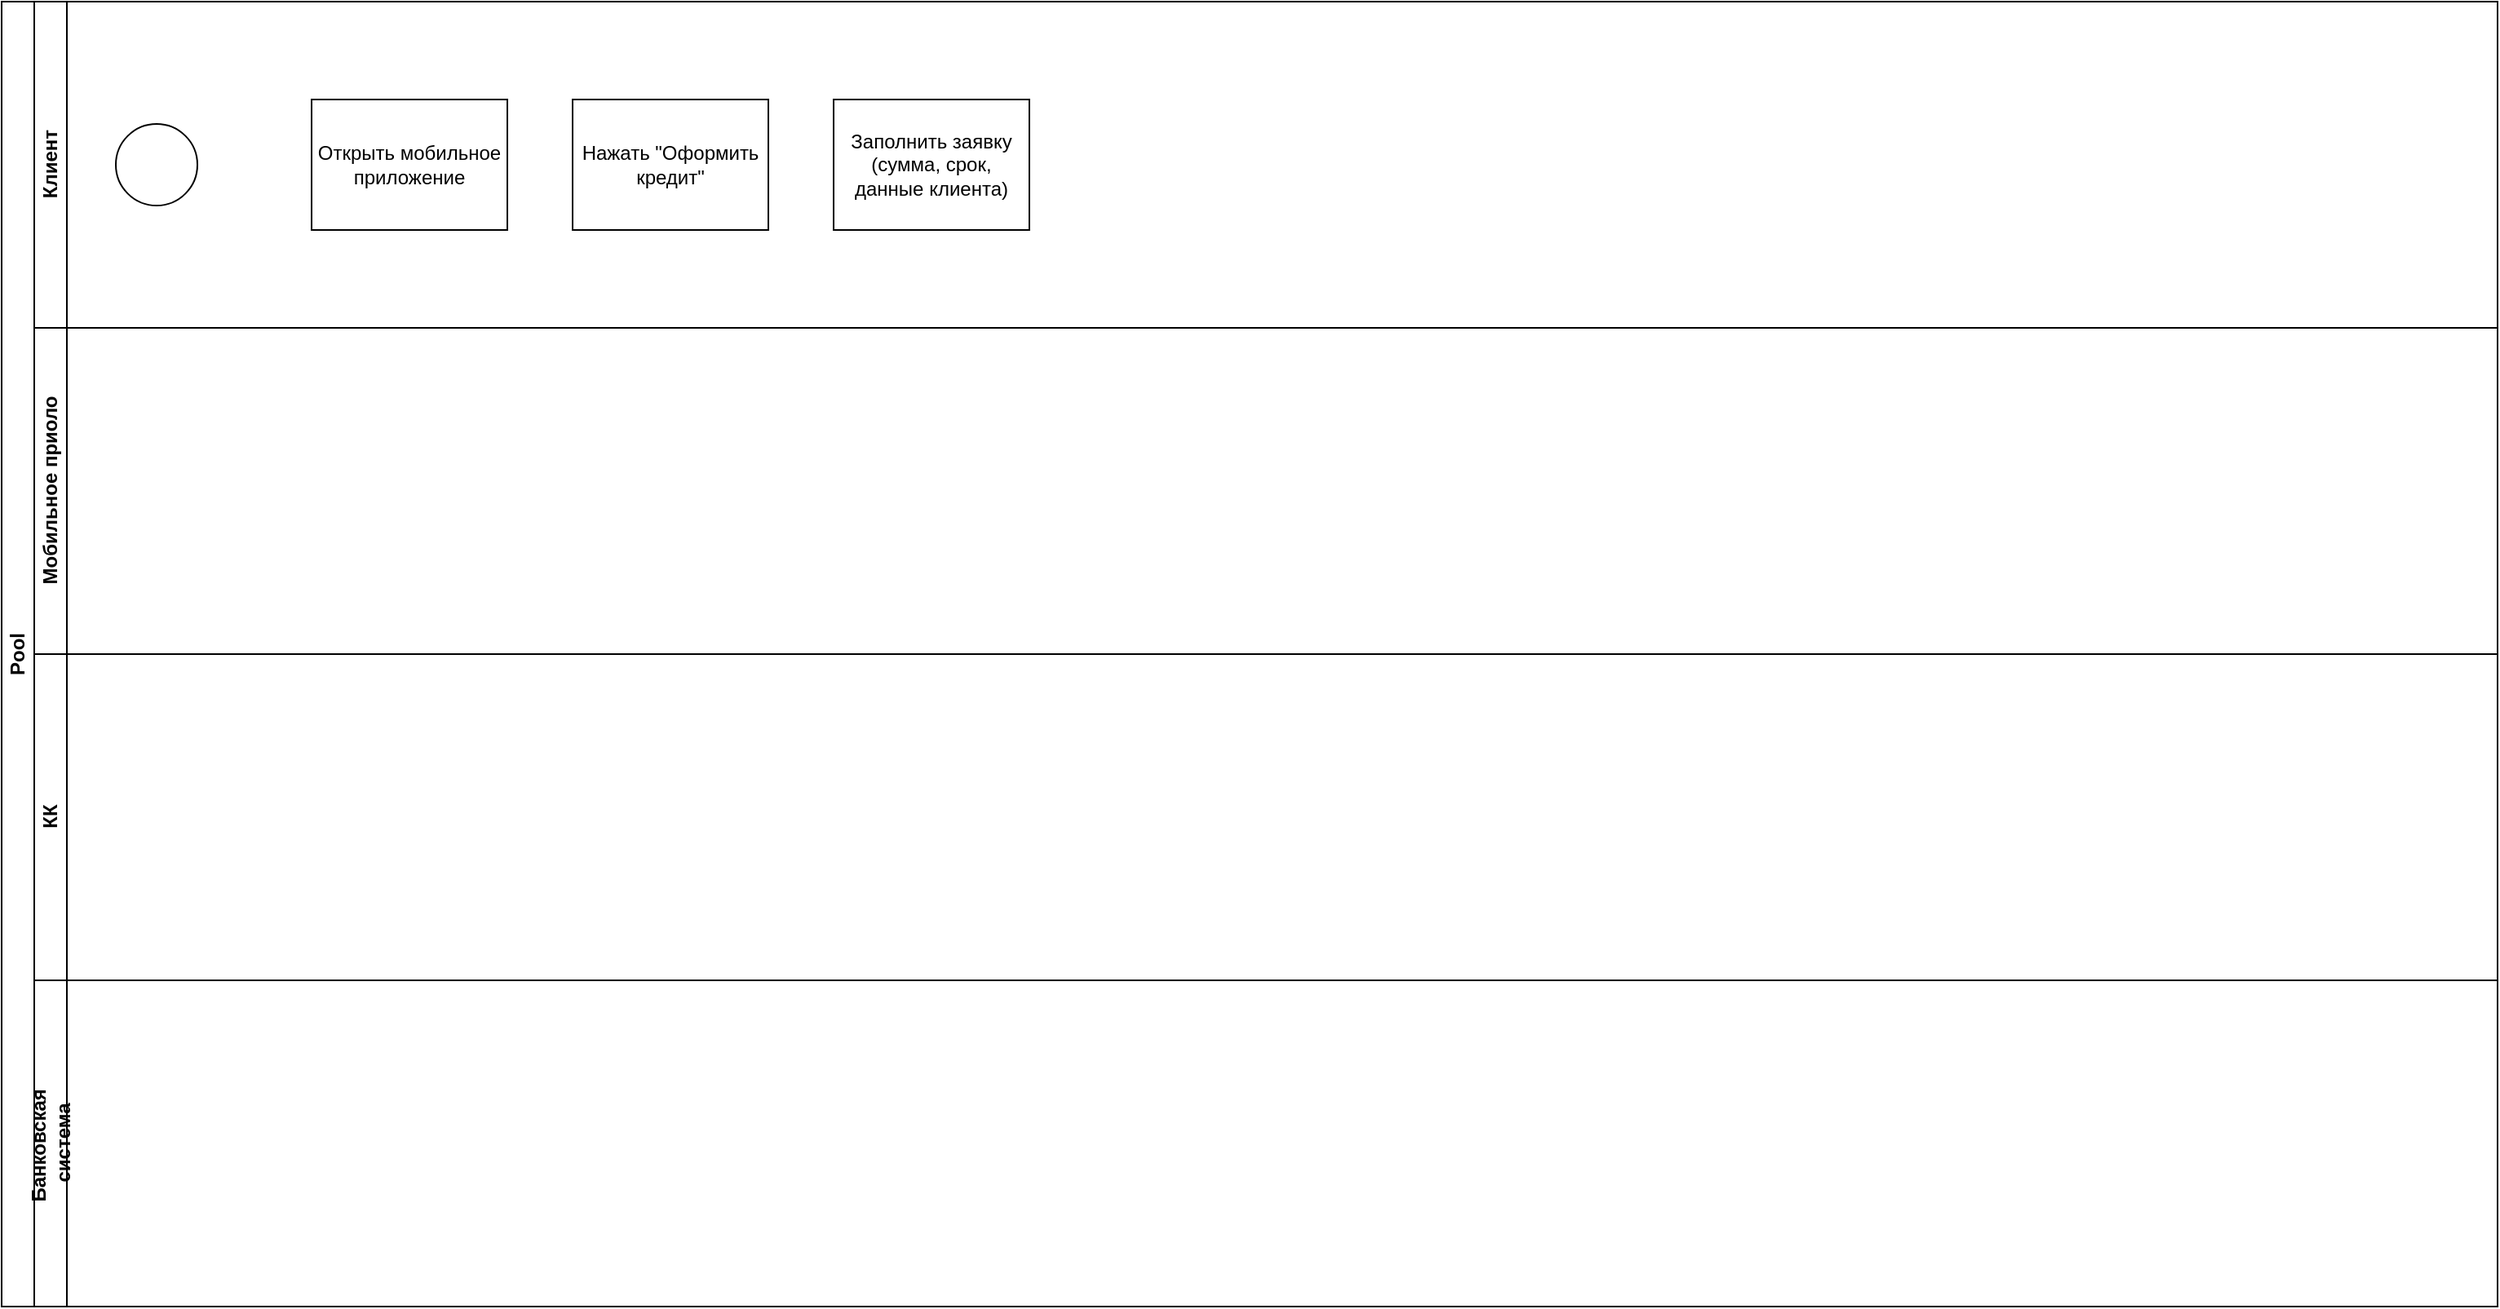
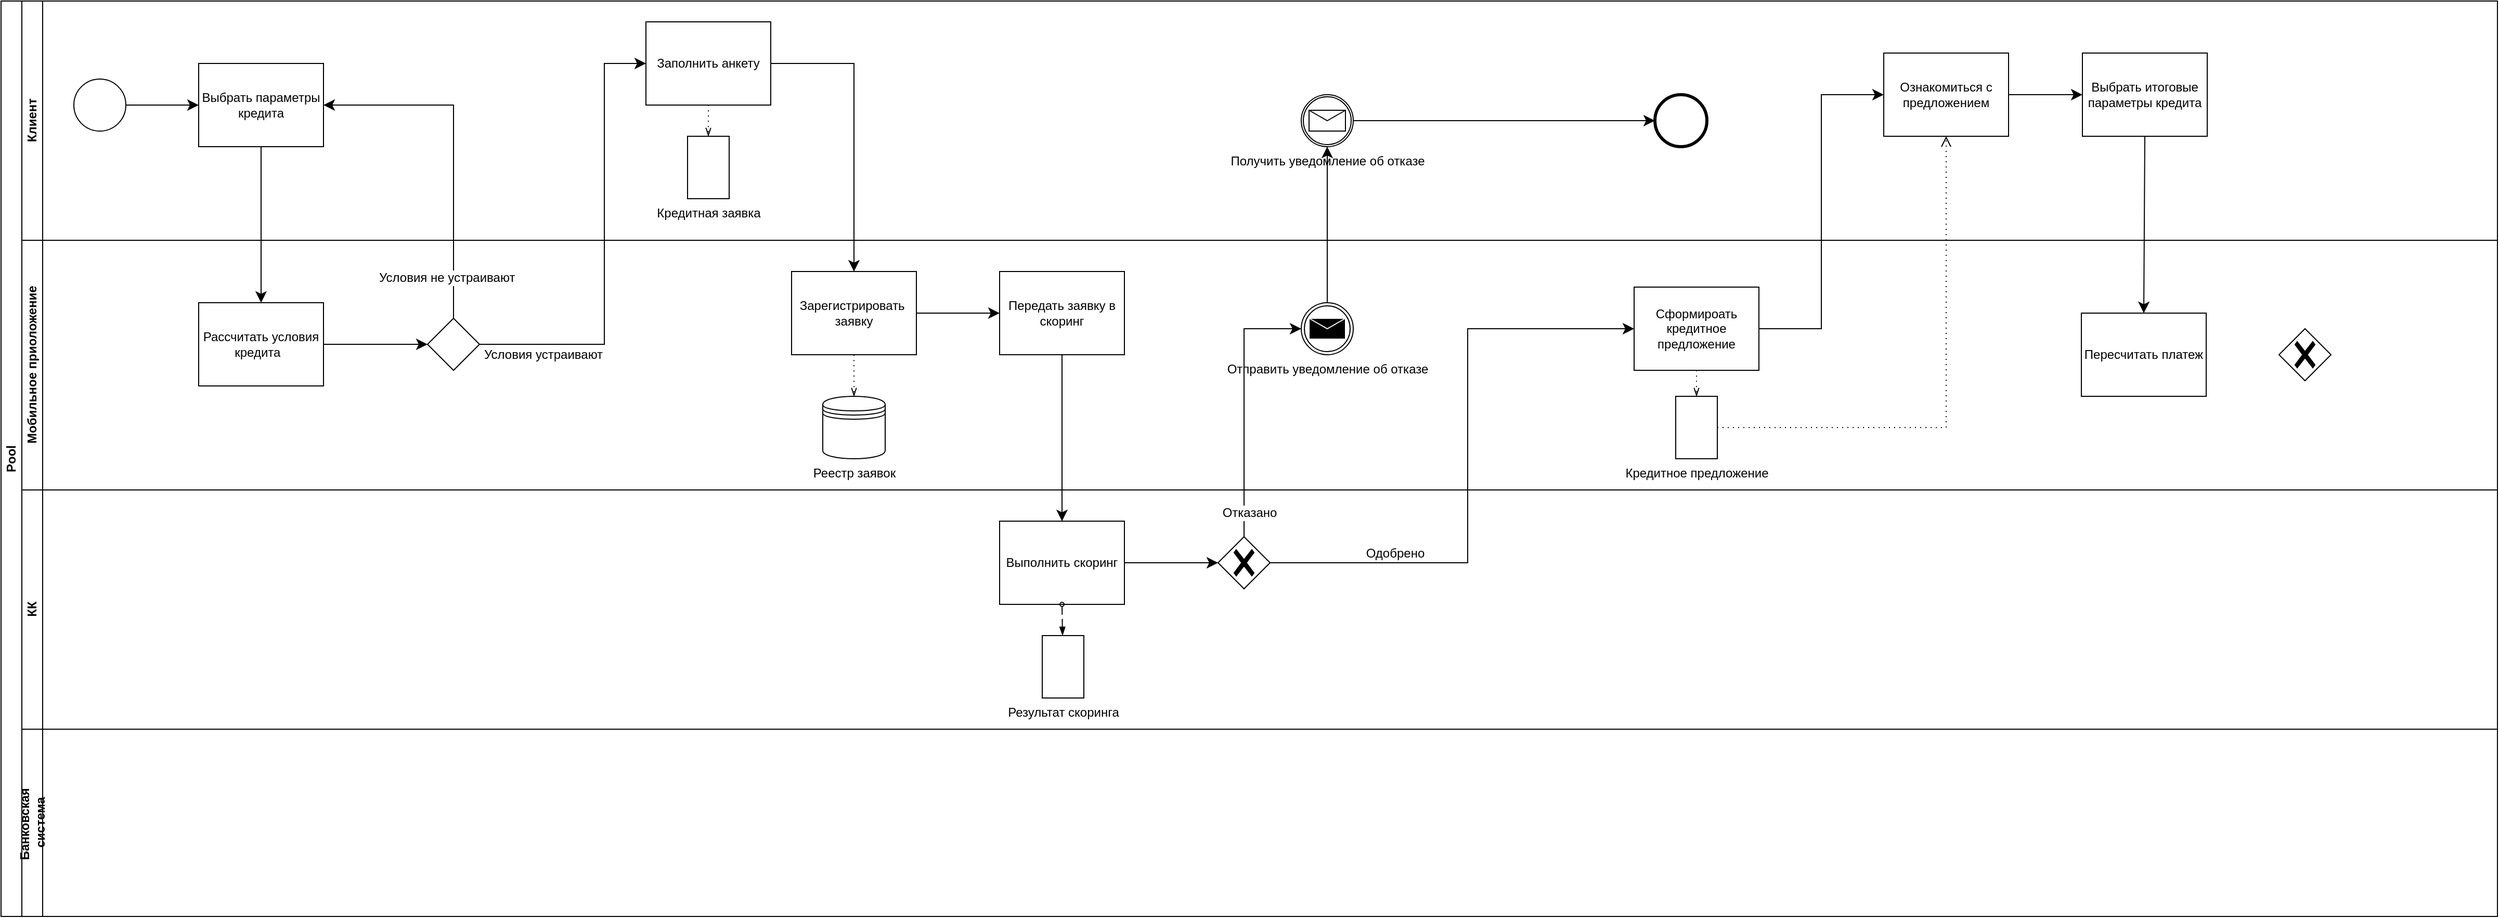
<mxfile host="app.diagrams.net">
  <diagram name="Страница-1" id="Z5JgyArm7iG7VXAXB85R">
-     <mxGraphModel dx="674" dy="1100" grid="1" gridSize="10" guides="1" tooltips="1" connect="1" arrows="1" fold="1" page="1" pageScale="1" pageWidth="827" pageHeight="1169" math="0" shadow="0">
+     <mxGraphModel dx="370" dy="637" grid="1" gridSize="10" guides="1" tooltips="1" connect="1" arrows="1" fold="1" page="1" pageScale="1" pageWidth="827" pageHeight="1169" math="0" shadow="0">
      <root>
        <mxCell id="0" />
        <mxCell id="1" parent="0" />
        <mxCell id="txwyEm_YX-5R6pgvzGQT-2" parent="1" style="swimlane;html=1;childLayout=stackLayout;resizeParent=1;resizeParentMax=0;horizontal=0;startSize=20;horizontalStack=0;whiteSpace=wrap;" value="Pool" vertex="1">
-           <mxGeometry height="800" width="1530" x="240" y="400" as="geometry" />
+           <mxGeometry height="880" width="2400" x="360" y="420" as="geometry" />
        </mxCell>
        <mxCell id="txwyEm_YX-5R6pgvzGQT-3" parent="txwyEm_YX-5R6pgvzGQT-2" style="swimlane;html=1;startSize=20;horizontal=0;" value="Клиент" vertex="1">
-           <mxGeometry height="200" width="1510" x="20" as="geometry" />
+           <mxGeometry height="230" width="2380" x="20" as="geometry" />
        </mxCell>
        <mxCell id="txwyEm_YX-5R6pgvzGQT-12" parent="txwyEm_YX-5R6pgvzGQT-3" style="points=[[0.145,0.145,0],[0.5,0,0],[0.855,0.145,0],[1,0.5,0],[0.855,0.855,0],[0.5,1,0],[0.145,0.855,0],[0,0.5,0]];shape=mxgraph.bpmn.event;html=1;verticalLabelPosition=bottom;labelBackgroundColor=#ffffff;verticalAlign=top;align=center;perimeter=ellipsePerimeter;outlineConnect=0;aspect=fixed;outline=standard;symbol=general;" value="" vertex="1">
          <mxGeometry height="50" width="50" x="50" y="75" as="geometry" />
        </mxCell>
-         <mxCell id="txwyEm_YX-5R6pgvzGQT-13" parent="txwyEm_YX-5R6pgvzGQT-3" style="points=[[0.25,0,0],[0.5,0,0],[0.75,0,0],[1,0.25,0],[1,0.5,0],[1,0.75,0],[0.75,1,0],[0.5,1,0],[0.25,1,0],[0,0.75,0],[0,0.5,0],[0,0.25,0]];shape=mxgraph.bpmn.task2;whiteSpace=wrap;rectStyle=rounded;size=10;html=1;container=1;expand=0;collapsible=0;taskMarker=abstract;" value="Открыть мобильное приложение" vertex="1">
+         <mxCell id="vKte5DxAlEBw4ZZ7X4Z6-1" parent="txwyEm_YX-5R6pgvzGQT-3" style="points=[[0.25,0,0],[0.5,0,0],[0.75,0,0],[1,0.25,0],[1,0.5,0],[1,0.75,0],[0.75,1,0],[0.5,1,0],[0.25,1,0],[0,0.75,0],[0,0.5,0],[0,0.25,0]];shape=mxgraph.bpmn.task2;whiteSpace=wrap;rectStyle=rounded;size=10;html=1;container=1;expand=0;collapsible=0;taskMarker=user;" value="Выбрать параметры кредита" vertex="1">
          <mxGeometry height="80" width="120" x="170" y="60" as="geometry" />
        </mxCell>
-         <mxCell id="txwyEm_YX-5R6pgvzGQT-14" parent="txwyEm_YX-5R6pgvzGQT-3" style="points=[[0.25,0,0],[0.5,0,0],[0.75,0,0],[1,0.25,0],[1,0.5,0],[1,0.75,0],[0.75,1,0],[0.5,1,0],[0.25,1,0],[0,0.75,0],[0,0.5,0],[0,0.25,0]];shape=mxgraph.bpmn.task2;whiteSpace=wrap;rectStyle=rounded;size=10;html=1;container=1;expand=0;collapsible=0;taskMarker=abstract;" value="Нажать &quot;Оформить кредит&quot;" vertex="1">
-           <mxGeometry height="80" width="120" x="330" y="60" as="geometry" />
-         </mxCell>
-         <mxCell id="txwyEm_YX-5R6pgvzGQT-15" parent="txwyEm_YX-5R6pgvzGQT-3" style="points=[[0.25,0,0],[0.5,0,0],[0.75,0,0],[1,0.25,0],[1,0.5,0],[1,0.75,0],[0.75,1,0],[0.5,1,0],[0.25,1,0],[0,0.75,0],[0,0.5,0],[0,0.25,0]];shape=mxgraph.bpmn.task2;whiteSpace=wrap;rectStyle=rounded;size=10;html=1;container=1;expand=0;collapsible=0;taskMarker=abstract;" value="Заполнить заявку&lt;br&gt;(сумма, срок, данные клиента)" vertex="1">
-           <mxGeometry height="80" width="120" x="490" y="60" as="geometry" />
-         </mxCell>
-         <mxCell id="txwyEm_YX-5R6pgvzGQT-6" parent="txwyEm_YX-5R6pgvzGQT-2" style="swimlane;html=1;startSize=20;horizontal=0;" value="Мобильное приоло" vertex="1">
-           <mxGeometry height="200" width="1510" x="20" y="200" as="geometry" />
+         <mxCell id="vKte5DxAlEBw4ZZ7X4Z6-3" edge="1" parent="txwyEm_YX-5R6pgvzGQT-3" source="txwyEm_YX-5R6pgvzGQT-12" style="edgeStyle=none;curved=1;rounded=0;orthogonalLoop=1;jettySize=auto;html=1;exitX=1;exitY=0.5;exitDx=0;exitDy=0;exitPerimeter=0;entryX=0;entryY=0.5;entryDx=0;entryDy=0;entryPerimeter=0;fontSize=12;startSize=8;endSize=8;" target="vKte5DxAlEBw4ZZ7X4Z6-1">
+           <mxGeometry relative="1" as="geometry" />
+         </mxCell>
+         <mxCell id="vKte5DxAlEBw4ZZ7X4Z6-14" edge="1" parent="txwyEm_YX-5R6pgvzGQT-3" source="vKte5DxAlEBw4ZZ7X4Z6-8" style="edgeStyle=none;curved=1;rounded=0;orthogonalLoop=1;jettySize=auto;html=1;fontSize=12;startSize=8;endSize=8;">
+           <mxGeometry relative="1" as="geometry">
+             <mxPoint x="700" y="100" as="targetPoint" />
+           </mxGeometry>
+         </mxCell>
+         <mxCell id="vKte5DxAlEBw4ZZ7X4Z6-8" parent="txwyEm_YX-5R6pgvzGQT-3" style="points=[[0.25,0,0],[0.5,0,0],[0.75,0,0],[1,0.25,0],[1,0.5,0],[1,0.75,0],[0.75,1,0],[0.5,1,0],[0.25,1,0],[0,0.75,0],[0,0.5,0],[0,0.25,0]];shape=mxgraph.bpmn.task2;whiteSpace=wrap;rectStyle=rounded;size=10;html=1;container=1;expand=0;collapsible=0;taskMarker=user;" value="Заполнить анкету" vertex="1">
+           <mxGeometry height="80" width="120" x="600" y="20" as="geometry" />
+         </mxCell>
+         <mxCell id="vKte5DxAlEBw4ZZ7X4Z6-17" parent="txwyEm_YX-5R6pgvzGQT-3" style="shape=mxgraph.bpmn.data2;labelPosition=center;verticalLabelPosition=bottom;align=center;verticalAlign=top;size=15;html=1;" value="Кредитная заявка" vertex="1">
+           <mxGeometry height="60" width="40" x="640" y="130" as="geometry" />
+         </mxCell>
+         <mxCell id="vKte5DxAlEBw4ZZ7X4Z6-18" edge="1" parent="txwyEm_YX-5R6pgvzGQT-3" source="vKte5DxAlEBw4ZZ7X4Z6-8" style="edgeStyle=elbowEdgeStyle;fontSize=12;html=1;endFill=0;startFill=0;endSize=6;startSize=6;dashed=1;dashPattern=1 4;endArrow=openThin;startArrow=none;rounded=0;curved=1;exitX=0.5;exitY=1;exitDx=0;exitDy=0;exitPerimeter=0;" target="vKte5DxAlEBw4ZZ7X4Z6-17" value="">
+           <mxGeometry relative="1" width="160" as="geometry">
+             <mxPoint x="650" y="90" as="sourcePoint" />
+             <mxPoint x="810" y="90" as="targetPoint" />
+           </mxGeometry>
+         </mxCell>
+         <mxCell id="vKte5DxAlEBw4ZZ7X4Z6-39" parent="txwyEm_YX-5R6pgvzGQT-3" style="points=[[0.145,0.145,0],[0.5,0,0],[0.855,0.145,0],[1,0.5,0],[0.855,0.855,0],[0.5,1,0],[0.145,0.855,0],[0,0.5,0]];shape=mxgraph.bpmn.event;html=1;verticalLabelPosition=bottom;labelBackgroundColor=#ffffff;verticalAlign=top;align=center;perimeter=ellipsePerimeter;outlineConnect=0;aspect=fixed;outline=end;symbol=terminate2;" value="" vertex="1">
+           <mxGeometry height="50" width="50" x="1570" y="90" as="geometry" />
+         </mxCell>
+         <mxCell id="vKte5DxAlEBw4ZZ7X4Z6-56" edge="1" parent="txwyEm_YX-5R6pgvzGQT-3" source="vKte5DxAlEBw4ZZ7X4Z6-46" style="edgeStyle=none;curved=1;rounded=0;orthogonalLoop=1;jettySize=auto;html=1;exitX=1;exitY=0.5;exitDx=0;exitDy=0;exitPerimeter=0;fontSize=12;startSize=8;endSize=8;" target="vKte5DxAlEBw4ZZ7X4Z6-55">
+           <mxGeometry relative="1" as="geometry" />
+         </mxCell>
+         <mxCell id="vKte5DxAlEBw4ZZ7X4Z6-46" parent="txwyEm_YX-5R6pgvzGQT-3" style="points=[[0.25,0,0],[0.5,0,0],[0.75,0,0],[1,0.25,0],[1,0.5,0],[1,0.75,0],[0.75,1,0],[0.5,1,0],[0.25,1,0],[0,0.75,0],[0,0.5,0],[0,0.25,0]];shape=mxgraph.bpmn.task2;whiteSpace=wrap;rectStyle=rounded;size=10;html=1;container=1;expand=0;collapsible=0;taskMarker=user;" value="Ознакомиться с предложением" vertex="1">
+           <mxGeometry height="80" width="120" x="1790" y="50" as="geometry" />
+         </mxCell>
+         <mxCell id="vKte5DxAlEBw4ZZ7X4Z6-55" parent="txwyEm_YX-5R6pgvzGQT-3" style="points=[[0.25,0,0],[0.5,0,0],[0.75,0,0],[1,0.25,0],[1,0.5,0],[1,0.75,0],[0.75,1,0],[0.5,1,0],[0.25,1,0],[0,0.75,0],[0,0.5,0],[0,0.25,0]];shape=mxgraph.bpmn.task2;whiteSpace=wrap;rectStyle=rounded;size=10;html=1;container=1;expand=0;collapsible=0;taskMarker=user;" value="Выбрать итоговые параметры кредита" vertex="1">
+           <mxGeometry height="80" width="120" x="1981" y="50" as="geometry" />
+         </mxCell>
+         <mxCell id="txwyEm_YX-5R6pgvzGQT-6" parent="txwyEm_YX-5R6pgvzGQT-2" style="swimlane;html=1;startSize=20;horizontal=0;" value="Мобильное приоложение" vertex="1">
+           <mxGeometry height="240" width="2380" x="20" y="230" as="geometry" />
+         </mxCell>
+         <mxCell id="vKte5DxAlEBw4ZZ7X4Z6-6" edge="1" parent="txwyEm_YX-5R6pgvzGQT-6" source="vKte5DxAlEBw4ZZ7X4Z6-2" style="edgeStyle=none;curved=1;rounded=0;orthogonalLoop=1;jettySize=auto;html=1;fontSize=12;startSize=8;endSize=8;" target="vKte5DxAlEBw4ZZ7X4Z6-5">
+           <mxGeometry relative="1" as="geometry" />
+         </mxCell>
+         <mxCell id="vKte5DxAlEBw4ZZ7X4Z6-2" parent="txwyEm_YX-5R6pgvzGQT-6" style="points=[[0.25,0,0],[0.5,0,0],[0.75,0,0],[1,0.25,0],[1,0.5,0],[1,0.75,0],[0.75,1,0],[0.5,1,0],[0.25,1,0],[0,0.75,0],[0,0.5,0],[0,0.25,0]];shape=mxgraph.bpmn.task2;whiteSpace=wrap;rectStyle=rounded;size=10;html=1;container=1;expand=0;collapsible=0;taskMarker=service;" value="Рассчитать условия кредита&amp;nbsp;&amp;nbsp;" vertex="1">
+           <mxGeometry height="80" width="120" x="170" y="60" as="geometry" />
+         </mxCell>
+         <mxCell id="vKte5DxAlEBw4ZZ7X4Z6-5" parent="txwyEm_YX-5R6pgvzGQT-6" style="points=[[0.25,0.25,0],[0.5,0,0],[0.75,0.25,0],[1,0.5,0],[0.75,0.75,0],[0.5,1,0],[0.25,0.75,0],[0,0.5,0]];shape=mxgraph.bpmn.gateway2;html=1;verticalLabelPosition=bottom;labelBackgroundColor=#ffffff;verticalAlign=top;align=center;perimeter=rhombusPerimeter;outlineConnect=0;outline=none;symbol=none;" value="" vertex="1">
+           <mxGeometry height="50" width="50" x="390" y="75" as="geometry" />
+         </mxCell>
+         <mxCell id="vKte5DxAlEBw4ZZ7X4Z6-25" edge="1" parent="txwyEm_YX-5R6pgvzGQT-6" source="vKte5DxAlEBw4ZZ7X4Z6-15" style="edgeStyle=none;curved=1;rounded=0;orthogonalLoop=1;jettySize=auto;html=1;fontSize=12;startSize=8;endSize=8;" target="vKte5DxAlEBw4ZZ7X4Z6-23">
+           <mxGeometry relative="1" as="geometry" />
+         </mxCell>
+         <mxCell id="vKte5DxAlEBw4ZZ7X4Z6-15" parent="txwyEm_YX-5R6pgvzGQT-6" style="points=[[0.25,0,0],[0.5,0,0],[0.75,0,0],[1,0.25,0],[1,0.5,0],[1,0.75,0],[0.75,1,0],[0.5,1,0],[0.25,1,0],[0,0.75,0],[0,0.5,0],[0,0.25,0]];shape=mxgraph.bpmn.task2;whiteSpace=wrap;rectStyle=rounded;size=10;html=1;container=1;expand=0;collapsible=0;taskMarker=service;" value="Зарегистрировать&amp;nbsp;&lt;div&gt;заявку&lt;/div&gt;" vertex="1">
+           <mxGeometry height="80" width="120" x="740" y="30" as="geometry" />
+         </mxCell>
+         <mxCell id="vKte5DxAlEBw4ZZ7X4Z6-20" parent="txwyEm_YX-5R6pgvzGQT-6" style="shape=datastore;html=1;labelPosition=center;verticalLabelPosition=bottom;align=center;verticalAlign=top;" value="Реестр заявок" vertex="1">
+           <mxGeometry height="60" width="60" x="770" y="150" as="geometry" />
+         </mxCell>
+         <mxCell id="vKte5DxAlEBw4ZZ7X4Z6-21" edge="1" parent="txwyEm_YX-5R6pgvzGQT-6" source="vKte5DxAlEBw4ZZ7X4Z6-15" style="edgeStyle=elbowEdgeStyle;fontSize=12;html=1;endFill=0;startFill=0;endSize=6;startSize=6;dashed=1;dashPattern=1 4;endArrow=openThin;startArrow=none;rounded=0;curved=1;entryX=0.5;entryY=0;entryDx=0;entryDy=0;" target="vKte5DxAlEBw4ZZ7X4Z6-20" value="">
+           <mxGeometry relative="1" width="160" as="geometry">
+             <mxPoint x="650" y="120" as="sourcePoint" />
+             <mxPoint x="810" y="120" as="targetPoint" />
+           </mxGeometry>
+         </mxCell>
+         <mxCell id="vKte5DxAlEBw4ZZ7X4Z6-23" parent="txwyEm_YX-5R6pgvzGQT-6" style="points=[[0.25,0,0],[0.5,0,0],[0.75,0,0],[1,0.25,0],[1,0.5,0],[1,0.75,0],[0.75,1,0],[0.5,1,0],[0.25,1,0],[0,0.75,0],[0,0.5,0],[0,0.25,0]];shape=mxgraph.bpmn.task2;whiteSpace=wrap;rectStyle=rounded;size=10;html=1;container=1;expand=0;collapsible=0;taskMarker=service;" value="Передать заявку в скоринг" vertex="1">
+           <mxGeometry height="80" width="120" x="940" y="30" as="geometry" />
+         </mxCell>
+         <mxCell id="vKte5DxAlEBw4ZZ7X4Z6-43" parent="txwyEm_YX-5R6pgvzGQT-6" style="points=[[0.25,0,0],[0.5,0,0],[0.75,0,0],[1,0.25,0],[1,0.5,0],[1,0.75,0],[0.75,1,0],[0.5,1,0],[0.25,1,0],[0,0.75,0],[0,0.5,0],[0,0.25,0]];shape=mxgraph.bpmn.task2;whiteSpace=wrap;rectStyle=rounded;size=10;html=1;container=1;expand=0;collapsible=0;taskMarker=service;" value="Сформироать кредитное предложение" vertex="1">
+           <mxGeometry height="80" width="120" x="1550" y="45" as="geometry" />
+         </mxCell>
+         <mxCell id="vKte5DxAlEBw4ZZ7X4Z6-44" parent="txwyEm_YX-5R6pgvzGQT-6" style="shape=mxgraph.bpmn.data2;labelPosition=center;verticalLabelPosition=bottom;align=center;verticalAlign=top;size=15;html=1;" value="Кредитное предложение" vertex="1">
+           <mxGeometry height="60" width="40" x="1590" y="150" as="geometry" />
+         </mxCell>
+         <mxCell id="vKte5DxAlEBw4ZZ7X4Z6-45" edge="1" parent="txwyEm_YX-5R6pgvzGQT-6" source="vKte5DxAlEBw4ZZ7X4Z6-43" style="edgeStyle=elbowEdgeStyle;fontSize=12;html=1;endFill=0;startFill=0;endSize=6;startSize=6;dashed=1;dashPattern=1 4;endArrow=openThin;startArrow=none;rounded=0;curved=1;exitX=0.5;exitY=1;exitDx=0;exitDy=0;exitPerimeter=0;entryX=0.5;entryY=0;entryDx=0;entryDy=0;entryPerimeter=0;" target="vKte5DxAlEBw4ZZ7X4Z6-44" value="">
+           <mxGeometry relative="1" width="160" as="geometry">
+             <mxPoint x="1330" y="190" as="sourcePoint" />
+             <mxPoint x="1490" y="190" as="targetPoint" />
+           </mxGeometry>
+         </mxCell>
+         <mxCell id="vKte5DxAlEBw4ZZ7X4Z6-37" parent="txwyEm_YX-5R6pgvzGQT-6" style="points=[[0.145,0.145,0],[0.5,0,0],[0.855,0.145,0],[1,0.5,0],[0.855,0.855,0],[0.5,1,0],[0.145,0.855,0],[0,0.5,0]];shape=mxgraph.bpmn.event;html=1;verticalLabelPosition=bottom;labelBackgroundColor=#ffffff;verticalAlign=top;align=center;perimeter=ellipsePerimeter;outlineConnect=0;aspect=fixed;outline=catching;symbol=message;" value="Получить уведомление об отказе" vertex="1">
+           <mxGeometry height="50" width="50" x="1230" y="-140" as="geometry" />
+         </mxCell>
+         <mxCell id="vKte5DxAlEBw4ZZ7X4Z6-54" edge="1" parent="txwyEm_YX-5R6pgvzGQT-6" source="vKte5DxAlEBw4ZZ7X4Z6-36" style="edgeStyle=none;curved=1;rounded=0;orthogonalLoop=1;jettySize=auto;html=1;exitX=0.5;exitY=0;exitDx=0;exitDy=0;exitPerimeter=0;fontSize=12;startSize=8;endSize=8;" target="vKte5DxAlEBw4ZZ7X4Z6-37">
+           <mxGeometry relative="1" as="geometry" />
+         </mxCell>
+         <mxCell id="vKte5DxAlEBw4ZZ7X4Z6-36" parent="txwyEm_YX-5R6pgvzGQT-6" style="points=[[0.145,0.145,0],[0.5,0,0],[0.855,0.145,0],[1,0.5,0],[0.855,0.855,0],[0.5,1,0],[0.145,0.855,0],[0,0.5,0]];shape=mxgraph.bpmn.event;html=1;verticalLabelPosition=bottom;labelBackgroundColor=#ffffff;verticalAlign=top;align=center;perimeter=ellipsePerimeter;outlineConnect=0;aspect=fixed;outline=throwing;symbol=message;" value="Отправить уведомление об отказе" vertex="1">
+           <mxGeometry height="50" width="50" x="1230" y="60" as="geometry" />
+         </mxCell>
+         <mxCell id="vKte5DxAlEBw4ZZ7X4Z6-57" parent="txwyEm_YX-5R6pgvzGQT-6" style="points=[[0.25,0,0],[0.5,0,0],[0.75,0,0],[1,0.25,0],[1,0.5,0],[1,0.75,0],[0.75,1,0],[0.5,1,0],[0.25,1,0],[0,0.75,0],[0,0.5,0],[0,0.25,0]];shape=mxgraph.bpmn.task2;whiteSpace=wrap;rectStyle=rounded;size=10;html=1;container=1;expand=0;collapsible=0;taskMarker=service;" value="Пересчитать платеж" vertex="1">
+           <mxGeometry height="80" width="120" x="1980" y="70" as="geometry" />
+         </mxCell>
+         <mxCell id="vKte5DxAlEBw4ZZ7X4Z6-59" parent="txwyEm_YX-5R6pgvzGQT-6" style="points=[[0.25,0.25,0],[0.5,0,0],[0.75,0.25,0],[1,0.5,0],[0.75,0.75,0],[0.5,1,0],[0.25,0.75,0],[0,0.5,0]];shape=mxgraph.bpmn.gateway2;html=1;verticalLabelPosition=bottom;labelBackgroundColor=#ffffff;verticalAlign=top;align=center;perimeter=rhombusPerimeter;outlineConnect=0;outline=none;symbol=none;gwType=exclusive;" value="" vertex="1">
+           <mxGeometry height="50" width="50" x="2170" y="85" as="geometry" />
        </mxCell>
        <mxCell id="txwyEm_YX-5R6pgvzGQT-4" parent="txwyEm_YX-5R6pgvzGQT-2" style="swimlane;html=1;startSize=20;horizontal=0;" value="КК" vertex="1">
-           <mxGeometry height="200" width="1510" x="20" y="400" as="geometry" />
+           <mxGeometry height="230" width="2380" x="20" y="470" as="geometry" />
+         </mxCell>
+         <mxCell id="vKte5DxAlEBw4ZZ7X4Z6-49" edge="1" parent="txwyEm_YX-5R6pgvzGQT-4" source="vKte5DxAlEBw4ZZ7X4Z6-26" style="edgeStyle=none;curved=1;rounded=0;orthogonalLoop=1;jettySize=auto;html=1;fontSize=12;startSize=8;endSize=8;" target="vKte5DxAlEBw4ZZ7X4Z6-35">
+           <mxGeometry relative="1" as="geometry" />
+         </mxCell>
+         <mxCell id="vKte5DxAlEBw4ZZ7X4Z6-26" parent="txwyEm_YX-5R6pgvzGQT-4" style="points=[[0.25,0,0],[0.5,0,0],[0.75,0,0],[1,0.25,0],[1,0.5,0],[1,0.75,0],[0.75,1,0],[0.5,1,0],[0.25,1,0],[0,0.75,0],[0,0.5,0],[0,0.25,0]];shape=mxgraph.bpmn.task2;whiteSpace=wrap;rectStyle=rounded;size=10;html=1;container=1;expand=0;collapsible=0;taskMarker=service;" value="Выполнить скоринг" vertex="1">
+           <mxGeometry height="80" width="120" x="940" y="30" as="geometry" />
+         </mxCell>
+         <mxCell id="vKte5DxAlEBw4ZZ7X4Z6-27" parent="txwyEm_YX-5R6pgvzGQT-4" style="shape=mxgraph.bpmn.data2;labelPosition=center;verticalLabelPosition=bottom;align=center;verticalAlign=top;size=15;html=1;" value="Результат скоринга" vertex="1">
+           <mxGeometry height="60" width="40" x="981" y="140" as="geometry" />
+         </mxCell>
+         <mxCell id="vKte5DxAlEBw4ZZ7X4Z6-29" edge="1" parent="txwyEm_YX-5R6pgvzGQT-4" source="vKte5DxAlEBw4ZZ7X4Z6-26" style="dashed=1;dashPattern=8 4;endArrow=blockThin;endFill=1;startArrow=oval;startFill=0;endSize=6;startSize=4;html=1;rounded=0;fontSize=12;curved=1;exitX=0.5;exitY=1;exitDx=0;exitDy=0;exitPerimeter=0;" target="vKte5DxAlEBw4ZZ7X4Z6-27" value="">
+           <mxGeometry relative="1" width="160" as="geometry">
+             <mxPoint x="960" y="-70" as="sourcePoint" />
+             <mxPoint x="1120" y="-70" as="targetPoint" />
+           </mxGeometry>
+         </mxCell>
+         <mxCell id="vKte5DxAlEBw4ZZ7X4Z6-35" parent="txwyEm_YX-5R6pgvzGQT-4" style="points=[[0.25,0.25,0],[0.5,0,0],[0.75,0.25,0],[1,0.5,0],[0.75,0.75,0],[0.5,1,0],[0.25,0.75,0],[0,0.5,0]];shape=mxgraph.bpmn.gateway2;html=1;verticalLabelPosition=bottom;labelBackgroundColor=#ffffff;verticalAlign=top;align=center;perimeter=rhombusPerimeter;outlineConnect=0;outline=none;symbol=none;gwType=exclusive;" value="" vertex="1">
+           <mxGeometry height="50" width="50" x="1150" y="45" as="geometry" />
+         </mxCell>
+         <mxCell id="vKte5DxAlEBw4ZZ7X4Z6-52" connectable="0" parent="txwyEm_YX-5R6pgvzGQT-4" style="edgeLabel;html=1;align=center;verticalAlign=middle;resizable=0;points=[];fontSize=12;" value="Одобрено" vertex="1">
+           <mxGeometry x="1370" y="130" as="geometry">
+             <mxPoint x="-50" y="-69" as="offset" />
+           </mxGeometry>
        </mxCell>
        <mxCell id="txwyEm_YX-5R6pgvzGQT-5" parent="txwyEm_YX-5R6pgvzGQT-2" style="swimlane;html=1;startSize=20;horizontal=0;" value="Банковская&amp;nbsp;&lt;div&gt;система&lt;/div&gt;" vertex="1">
-           <mxGeometry height="200" width="1510" x="20" y="600" as="geometry" />
+           <mxGeometry height="180" width="2380" x="20" y="700" as="geometry" />
+         </mxCell>
+         <mxCell id="vKte5DxAlEBw4ZZ7X4Z6-4" edge="1" parent="txwyEm_YX-5R6pgvzGQT-2" source="vKte5DxAlEBw4ZZ7X4Z6-1" style="edgeStyle=none;curved=1;rounded=0;orthogonalLoop=1;jettySize=auto;html=1;fontSize=12;startSize=8;endSize=8;" target="vKte5DxAlEBw4ZZ7X4Z6-2">
+           <mxGeometry relative="1" as="geometry" />
+         </mxCell>
+         <mxCell id="vKte5DxAlEBw4ZZ7X4Z6-7" edge="1" parent="txwyEm_YX-5R6pgvzGQT-2" source="vKte5DxAlEBw4ZZ7X4Z6-5" style="edgeStyle=orthogonalEdgeStyle;rounded=0;orthogonalLoop=1;jettySize=auto;html=1;fontSize=12;startSize=8;endSize=8;" target="vKte5DxAlEBw4ZZ7X4Z6-1">
+           <mxGeometry relative="1" as="geometry">
+             <Array as="points">
+               <mxPoint x="435" y="100" />
+             </Array>
+           </mxGeometry>
+         </mxCell>
+         <mxCell id="vKte5DxAlEBw4ZZ7X4Z6-12" connectable="0" parent="vKte5DxAlEBw4ZZ7X4Z6-7" style="edgeLabel;html=1;align=center;verticalAlign=middle;resizable=0;points=[];fontSize=12;" value="Условия не устраивают&amp;nbsp;" vertex="1">
+           <mxGeometry relative="1" x="-0.8711" y="3" as="geometry">
+             <mxPoint x="-2" y="-18" as="offset" />
+           </mxGeometry>
+         </mxCell>
+         <mxCell id="vKte5DxAlEBw4ZZ7X4Z6-9" edge="1" parent="txwyEm_YX-5R6pgvzGQT-2" source="vKte5DxAlEBw4ZZ7X4Z6-5" style="edgeStyle=orthogonalEdgeStyle;rounded=0;orthogonalLoop=1;jettySize=auto;html=1;exitX=1;exitY=0.5;exitDx=0;exitDy=0;exitPerimeter=0;fontSize=12;startSize=8;endSize=8;" target="vKte5DxAlEBw4ZZ7X4Z6-8">
+           <mxGeometry relative="1" as="geometry">
+             <Array as="points">
+               <mxPoint x="580" y="330" />
+               <mxPoint x="580" y="60" />
+             </Array>
+           </mxGeometry>
+         </mxCell>
+         <mxCell id="vKte5DxAlEBw4ZZ7X4Z6-10" connectable="0" parent="vKte5DxAlEBw4ZZ7X4Z6-9" style="edgeLabel;html=1;align=center;verticalAlign=middle;resizable=0;points=[];fontSize=12;" value="Условия устраивают" vertex="1">
+           <mxGeometry relative="1" x="-0.8443" y="3" as="geometry">
+             <mxPoint x="27" y="13" as="offset" />
+           </mxGeometry>
+         </mxCell>
+         <mxCell id="vKte5DxAlEBw4ZZ7X4Z6-19" edge="1" parent="txwyEm_YX-5R6pgvzGQT-2" source="vKte5DxAlEBw4ZZ7X4Z6-8" style="edgeStyle=orthogonalEdgeStyle;rounded=0;orthogonalLoop=1;jettySize=auto;html=1;fontSize=12;startSize=8;endSize=8;" target="vKte5DxAlEBw4ZZ7X4Z6-15">
+           <mxGeometry relative="1" as="geometry" />
+         </mxCell>
+         <mxCell id="vKte5DxAlEBw4ZZ7X4Z6-31" edge="1" parent="txwyEm_YX-5R6pgvzGQT-2" source="vKte5DxAlEBw4ZZ7X4Z6-23" style="edgeStyle=none;curved=1;rounded=0;orthogonalLoop=1;jettySize=auto;html=1;fontSize=12;startSize=8;endSize=8;" target="vKte5DxAlEBw4ZZ7X4Z6-26">
+           <mxGeometry relative="1" as="geometry" />
+         </mxCell>
+         <mxCell id="vKte5DxAlEBw4ZZ7X4Z6-47" edge="1" parent="txwyEm_YX-5R6pgvzGQT-2" source="vKte5DxAlEBw4ZZ7X4Z6-43" style="edgeStyle=orthogonalEdgeStyle;rounded=0;orthogonalLoop=1;jettySize=auto;html=1;entryX=0;entryY=0.5;entryDx=0;entryDy=0;entryPerimeter=0;fontSize=12;startSize=8;endSize=8;" target="vKte5DxAlEBw4ZZ7X4Z6-46">
+           <mxGeometry relative="1" as="geometry" />
+         </mxCell>
+         <mxCell id="vKte5DxAlEBw4ZZ7X4Z6-48" edge="1" parent="txwyEm_YX-5R6pgvzGQT-2" source="vKte5DxAlEBw4ZZ7X4Z6-44" style="edgeStyle=orthogonalEdgeStyle;rounded=0;orthogonalLoop=1;jettySize=auto;html=1;fontSize=12;startSize=8;endSize=8;endArrow=open;endFill=0;dashed=1;dashPattern=1 4;" target="vKte5DxAlEBw4ZZ7X4Z6-46">
+           <mxGeometry relative="1" as="geometry" />
+         </mxCell>
+         <mxCell id="vKte5DxAlEBw4ZZ7X4Z6-42" edge="1" parent="txwyEm_YX-5R6pgvzGQT-2" source="vKte5DxAlEBw4ZZ7X4Z6-37" style="edgeStyle=none;curved=1;rounded=0;orthogonalLoop=1;jettySize=auto;html=1;exitX=1;exitY=0.5;exitDx=0;exitDy=0;exitPerimeter=0;fontSize=12;startSize=8;endSize=8;" target="vKte5DxAlEBw4ZZ7X4Z6-39">
+           <mxGeometry relative="1" as="geometry" />
+         </mxCell>
+         <mxCell id="vKte5DxAlEBw4ZZ7X4Z6-50" edge="1" parent="txwyEm_YX-5R6pgvzGQT-2" source="vKte5DxAlEBw4ZZ7X4Z6-35" style="edgeStyle=orthogonalEdgeStyle;rounded=0;orthogonalLoop=1;jettySize=auto;html=1;entryX=0;entryY=0.5;entryDx=0;entryDy=0;entryPerimeter=0;fontSize=12;startSize=8;endSize=8;" target="vKte5DxAlEBw4ZZ7X4Z6-36">
+           <mxGeometry relative="1" as="geometry">
+             <Array as="points">
+               <mxPoint x="1195" y="315" />
+             </Array>
+             <mxPoint x="1195" y="520" as="sourcePoint" />
+           </mxGeometry>
+         </mxCell>
+         <mxCell id="vKte5DxAlEBw4ZZ7X4Z6-51" connectable="0" parent="vKte5DxAlEBw4ZZ7X4Z6-50" style="edgeLabel;html=1;align=center;verticalAlign=middle;resizable=0;points=[];fontSize=12;" value="Отказано" vertex="1">
+           <mxGeometry relative="1" x="-0.8866" y="1" as="geometry">
+             <mxPoint x="6" y="-9" as="offset" />
+           </mxGeometry>
+         </mxCell>
+         <mxCell id="vKte5DxAlEBw4ZZ7X4Z6-53" edge="1" parent="txwyEm_YX-5R6pgvzGQT-2" source="vKte5DxAlEBw4ZZ7X4Z6-35" style="edgeStyle=orthogonalEdgeStyle;rounded=0;orthogonalLoop=1;jettySize=auto;html=1;exitX=1;exitY=0.5;exitDx=0;exitDy=0;exitPerimeter=0;fontSize=12;startSize=8;endSize=8;" target="vKte5DxAlEBw4ZZ7X4Z6-43">
+           <mxGeometry relative="1" as="geometry">
+             <Array as="points">
+               <mxPoint x="1410" y="540" />
+               <mxPoint x="1410" y="315" />
+             </Array>
+           </mxGeometry>
+         </mxCell>
+         <mxCell id="vKte5DxAlEBw4ZZ7X4Z6-58" edge="1" parent="txwyEm_YX-5R6pgvzGQT-2" source="vKte5DxAlEBw4ZZ7X4Z6-55" style="edgeStyle=none;curved=1;rounded=0;orthogonalLoop=1;jettySize=auto;html=1;exitX=0.5;exitY=1;exitDx=0;exitDy=0;exitPerimeter=0;entryX=0.5;entryY=0;entryDx=0;entryDy=0;entryPerimeter=0;fontSize=12;startSize=8;endSize=8;" target="vKte5DxAlEBw4ZZ7X4Z6-57">
+           <mxGeometry relative="1" as="geometry" />
        </mxCell>
      </root>
    </mxGraphModel>
  </diagram>
</mxfile>
